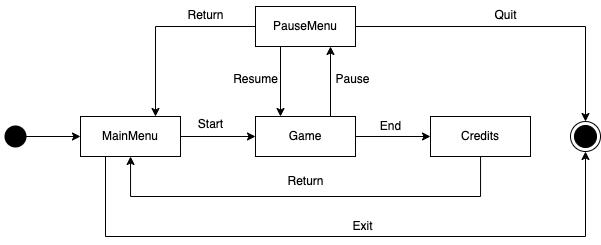
The draw.io diagram documents/resources/uml/Game State Machine.png in FEUP-LDTS-2024/project-t02g03, before a commit. Source tidied: cells renumbered, new cells last; positions are measured from the earlier drawing's top-left corner, leaving out a move shared by most shapes.
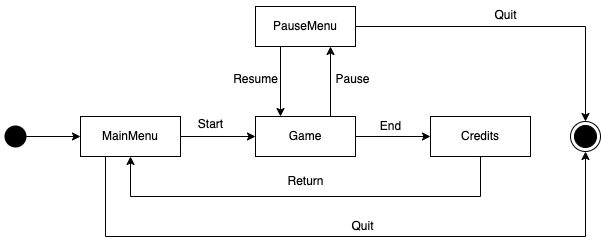
After the commit.

What changed in the source:
```diff
@@ -48,9 +48,6 @@
     <mxCell id="13" style="edgeStyle=orthogonalEdgeStyle;rounded=0;jettySize=auto;html=1;exitX=0.25;exitY=1;exitDx=0;exitDy=0;entryX=0.25;entryY=0;entryDx=0;entryDy=0;" parent="1" edge="1" source="16" target="10">
       <mxGeometry relative="1" as="geometry" />
     </mxCell>
-    <mxCell id="14" style="edgeStyle=orthogonalEdgeStyle;rounded=0;jettySize=auto;html=1;entryX=0.75;entryY=0;entryDx=0;entryDy=0;" parent="1" edge="1" source="16" target="4">
-      <mxGeometry relative="1" as="geometry" />
-    </mxCell>
     <mxCell id="15" style="edgeStyle=orthogonalEdgeStyle;rounded=0;jettySize=auto;html=1;" parent="1" edge="1" source="16" target="5">
       <mxGeometry relative="1" as="geometry" />
     </mxCell>
@@ -72,14 +69,11 @@
     <mxCell id="21" value="Quit" style="text;html=1;align=center;verticalAlign=middle;strokeColor=none;fillColor=none;" parent="1" vertex="1">
       <mxGeometry x="480" width="50" height="30" as="geometry" />
     </mxCell>
-    <mxCell id="22" value="Return" style="text;html=1;align=center;verticalAlign=middle;strokeColor=none;fillColor=none;" parent="1" vertex="1">
-      <mxGeometry x="175" width="60" height="30" as="geometry" />
-    </mxCell>
     <mxCell id="23" value="End" style="text;html=1;align=center;verticalAlign=middle;strokeColor=none;fillColor=none;" parent="1" vertex="1">
       <mxGeometry x="370" y="111" width="40" height="30" as="geometry" />
     </mxCell>
-    <mxCell id="24" value="Exit" style="text;html=1;align=center;verticalAlign=middle;strokeColor=none;fillColor=none;" parent="1" vertex="1">
-      <mxGeometry x="342" y="211" width="40" height="30" as="geometry" />
+    <mxCell id="24" value="Quit" style="text;html=1;align=center;verticalAlign=middle;strokeColor=none;fillColor=none;" parent="1" vertex="1">
+      <mxGeometry x="337" y="211" width="50" height="30" as="geometry" />
     </mxCell>
   </root>
 </mxGraphModel>
```
